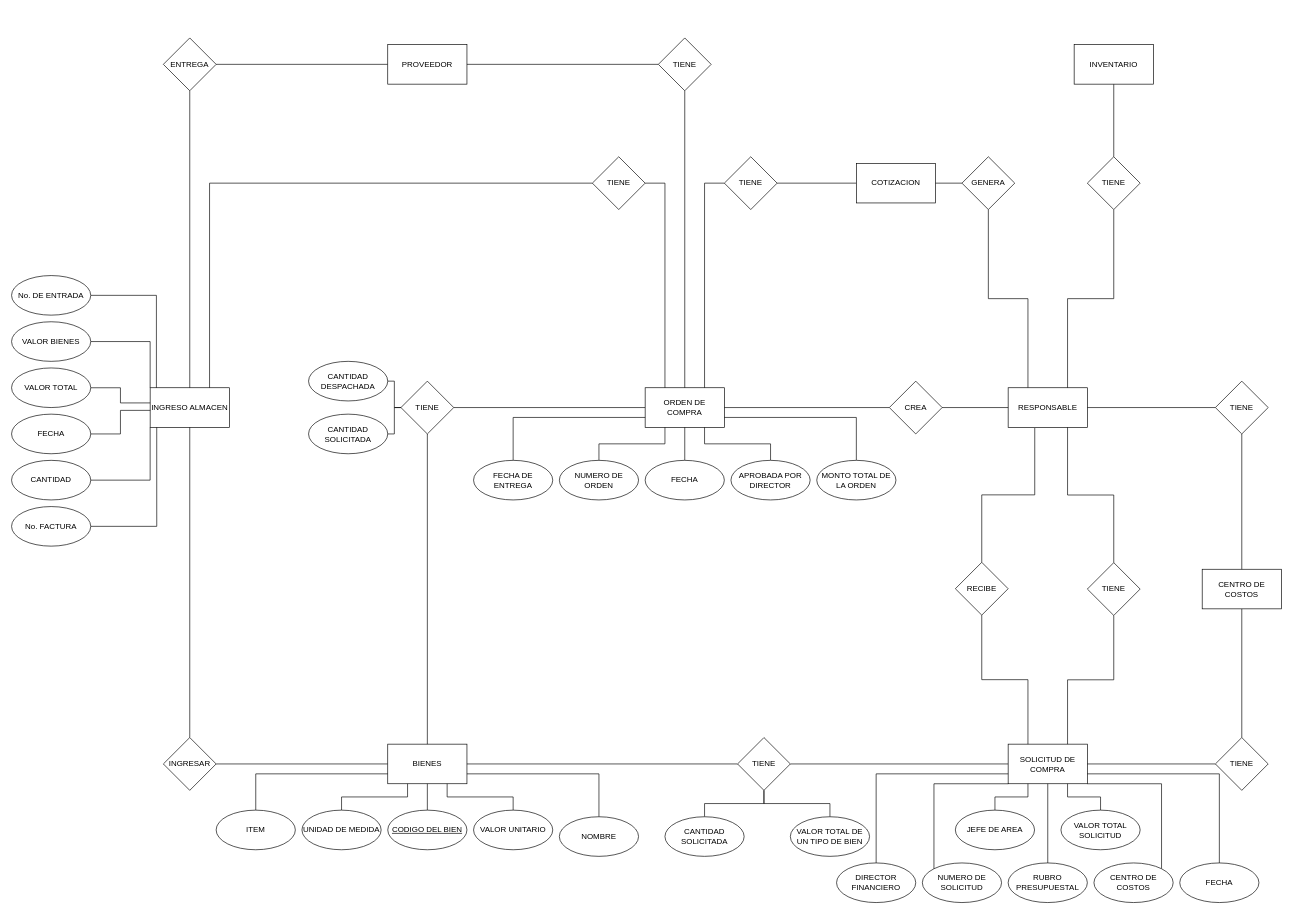
christiansierra/Tareas-en-clase keeps this draw.io diagram as EJERCICIO6PROYECTO.drawio. Above is the earlier version. Source tidied: cells renumbered, new cells numbered last; positions are measured from the earlier drawing's top-left corner, leaving out a move shared by most shapes. Both pictures are drawn from the tidied source at 66%, with x=0, y=0 at pixel (11, 38).
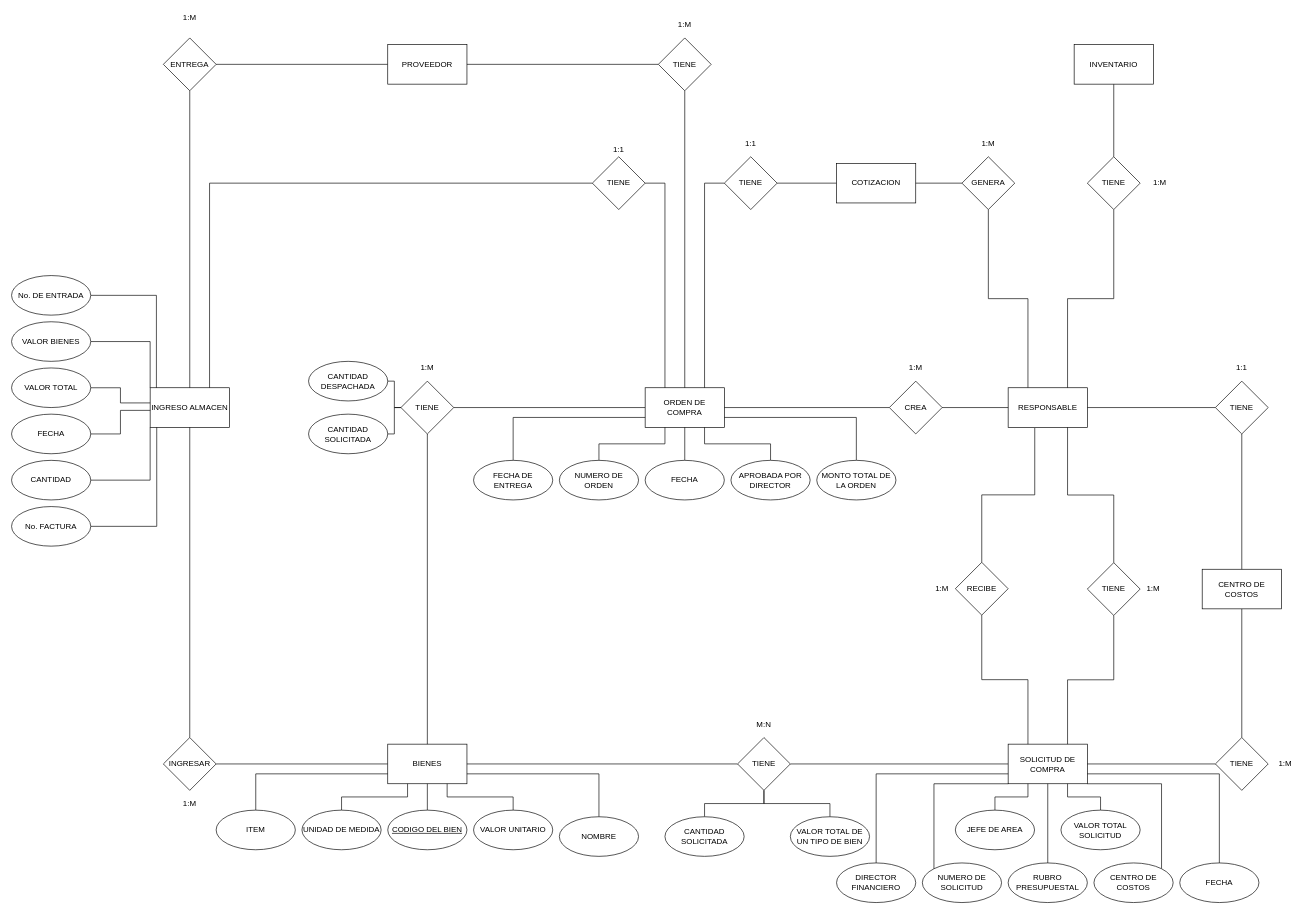
The same page after the edit.

What changed in the source:
```diff
@@
     <mxCell id="50" value="COTIZACION" style="rounded=0;whiteSpace=wrap;html=1;" parent="1" vertex="1">
-      <mxGeometry x="1280" y="190" width="120" height="60" as="geometry" />
+      <mxGeometry x="1250" y="190" width="120" height="60" as="geometry" />
     </mxCell>
@@
+    <mxCell id="107" value="1:M" style="text;html=1;strokeColor=none;fillColor=none;align=center;verticalAlign=middle;whiteSpace=wrap;rounded=0;" parent="1" vertex="1">
+      <mxGeometry x="250" y="-40" width="40" height="20" as="geometry" />
+    </mxCell>
+    <mxCell id="108" value="1:M" style="text;html=1;strokeColor=none;fillColor=none;align=center;verticalAlign=middle;whiteSpace=wrap;rounded=0;" parent="1" vertex="1">
+      <mxGeometry x="250" y="1150" width="40" height="20" as="geometry" />
+    </mxCell>
+    <mxCell id="109" value="M:N" style="text;html=1;strokeColor=none;fillColor=none;align=center;verticalAlign=middle;whiteSpace=wrap;rounded=0;" parent="1" vertex="1">
+      <mxGeometry x="1120" y="1030" width="40" height="20" as="geometry" />
+    </mxCell>
+    <mxCell id="110" value="1:M" style="text;html=1;strokeColor=none;fillColor=none;align=center;verticalAlign=middle;whiteSpace=wrap;rounded=0;" parent="1" vertex="1">
+      <mxGeometry x="1910" y="1090" width="40" height="20" as="geometry" />
+    </mxCell>
+    <mxCell id="111" value="1:M" style="text;html=1;strokeColor=none;fillColor=none;align=center;verticalAlign=middle;whiteSpace=wrap;rounded=0;" parent="1" vertex="1">
+      <mxGeometry x="1390" y="825" width="40" height="20" as="geometry" />
+    </mxCell>
+    <mxCell id="112" value="1:M" style="text;html=1;strokeColor=none;fillColor=none;align=center;verticalAlign=middle;whiteSpace=wrap;rounded=0;" parent="1" vertex="1">
+      <mxGeometry x="1710" y="824.5" width="40" height="20" as="geometry" />
+    </mxCell>
+    <mxCell id="113" value="1:M" style="text;html=1;strokeColor=none;fillColor=none;align=center;verticalAlign=middle;whiteSpace=wrap;rounded=0;" parent="1" vertex="1">
+      <mxGeometry x="1350" y="490" width="40" height="20" as="geometry" />
+    </mxCell>
+    <mxCell id="114" value="1:1" style="text;html=1;strokeColor=none;fillColor=none;align=center;verticalAlign=middle;whiteSpace=wrap;rounded=0;" parent="1" vertex="1">
+      <mxGeometry x="1844" y="490" width="40" height="20" as="geometry" />
+    </mxCell>
+    <mxCell id="115" value="1:M" style="text;html=1;strokeColor=none;fillColor=none;align=center;verticalAlign=middle;whiteSpace=wrap;rounded=0;" parent="1" vertex="1">
+      <mxGeometry x="1720" y="210" width="40" height="20" as="geometry" />
+    </mxCell>
+    <mxCell id="116" value="1:M" style="text;html=1;strokeColor=none;fillColor=none;align=center;verticalAlign=middle;whiteSpace=wrap;rounded=0;" parent="1" vertex="1">
+      <mxGeometry x="1460" y="150" width="40" height="20" as="geometry" />
+    </mxCell>
+    <mxCell id="117" value="1:M" style="text;html=1;strokeColor=none;fillColor=none;align=center;verticalAlign=middle;whiteSpace=wrap;rounded=0;" parent="1" vertex="1">
+      <mxGeometry x="610" y="490" width="40" height="20" as="geometry" />
+    </mxCell>
+    <mxCell id="118" value="1:1" style="text;html=1;strokeColor=none;fillColor=none;align=center;verticalAlign=middle;whiteSpace=wrap;rounded=0;" parent="1" vertex="1">
+      <mxGeometry x="900" y="160" width="40" height="20" as="geometry" />
+    </mxCell>
+    <mxCell id="119" value="1:M" style="text;html=1;strokeColor=none;fillColor=none;align=center;verticalAlign=middle;whiteSpace=wrap;rounded=0;" parent="1" vertex="1">
+      <mxGeometry x="1000" y="-30" width="40" height="20" as="geometry" />
+    </mxCell>
+    <mxCell id="120" value="1:1" style="text;html=1;strokeColor=none;fillColor=none;align=center;verticalAlign=middle;whiteSpace=wrap;rounded=0;" parent="1" vertex="1">
+      <mxGeometry x="1100" y="150" width="40" height="20" as="geometry" />
+    </mxCell>
```
